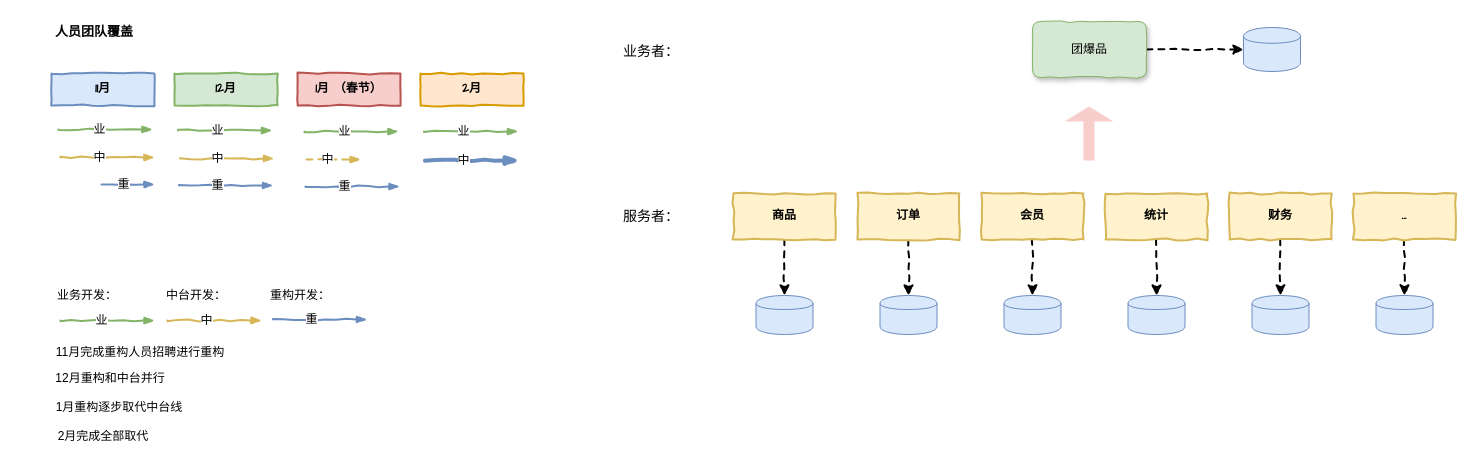
The draw.io diagram 推圈.drawio in chenyz/EGOTableViewPullRefresh, before the edit. Source tidied: cells renumbered, new cells numbered last; positions are measured from the earlier drawing's top-left corner, leaving out a move shared by most shapes. Both pictures are drawn from the tidied source at 100%, with x=0, y=0 at pixel (16, 21).
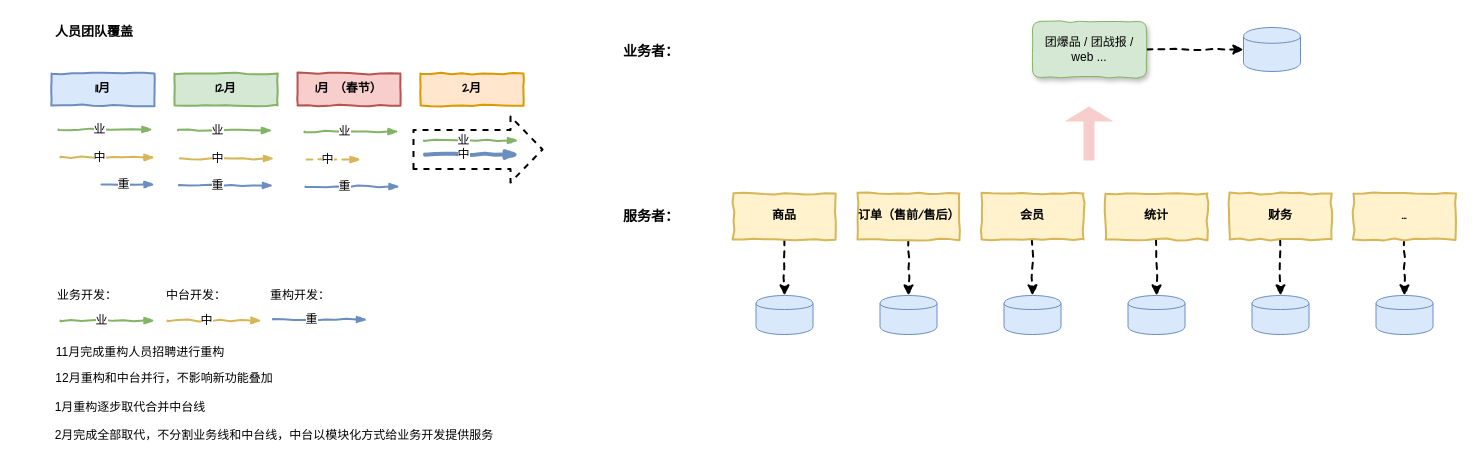
Above is the later version.

Diff of the diagram source:
```diff
@@
     <mxCell id="23" style="rounded=0;comic=1;strokeWidth=2;endArrow=blockThin;html=1;fontFamily=Comic Sans MS;fontStyle=1;fillColor=#d5e8d4;strokeColor=#82b366;align=center;" parent="1" edge="1">
       <mxGeometry relative="1" as="geometry">
-        <mxPoint x="407.5" y="110" as="sourcePoint" />
-        <mxPoint x="501.5" y="110" as="targetPoint" />
+        <mxPoint x="407.5" y="119" as="sourcePoint" />
+        <mxPoint x="501.5" y="119" as="targetPoint" />
       </mxGeometry>
     </mxCell>
@@
     <mxCell id="25" style="rounded=0;comic=1;strokeWidth=4;endArrow=blockThin;html=1;fontFamily=Comic Sans MS;fontStyle=1;fillColor=#dae8fc;strokeColor=#6c8ebf;align=center;" parent="1" edge="1">
       <mxGeometry relative="1" as="geometry">
-        <mxPoint x="408.5" y="139" as="sourcePoint" />
-        <mxPoint x="502.5" y="139" as="targetPoint" />
+        <mxPoint x="408.5" y="133" as="sourcePoint" />
+        <mxPoint x="502.5" y="133" as="targetPoint" />
       </mxGeometry>
     </mxCell>
@@
-    <mxCell id="37" value="12月重构和中台并行" style="text;html=1;strokeColor=none;fillColor=none;align=center;verticalAlign=middle;whiteSpace=wrap;rounded=0;" parent="1" vertex="1">
-      <mxGeometry x="8" y="347" width="172" height="20" as="geometry" />
+    <mxCell id="37" value="12月重构和中台并行，不影响新功能叠加" style="text;html=1;strokeColor=none;fillColor=none;align=center;verticalAlign=middle;whiteSpace=wrap;rounded=0;" parent="1" vertex="1">
+      <mxGeometry x="24" y="347" width="248" height="20" as="geometry" />
     </mxCell>
-    <mxCell id="38" value="1月重构逐步取代中台线" style="text;html=1;strokeColor=none;fillColor=none;align=center;verticalAlign=middle;whiteSpace=wrap;rounded=0;" parent="1" vertex="1">
-      <mxGeometry x="17" y="376" width="172" height="20" as="geometry" />
+    <mxCell id="38" value="1月重构逐步取代合并中台线" style="text;html=1;strokeColor=none;fillColor=none;align=center;verticalAlign=middle;whiteSpace=wrap;rounded=0;" parent="1" vertex="1">
+      <mxGeometry x="28" y="376" width="172" height="20" as="geometry" />
     </mxCell>
-    <mxCell id="39" value="2月完成全部取代" style="text;html=1;strokeColor=none;fillColor=none;align=center;verticalAlign=middle;whiteSpace=wrap;rounded=0;" parent="1" vertex="1">
-      <mxGeometry x="0.5" y="405" width="172" height="20" as="geometry" />
+    <mxCell id="39" value="2月完成全部取代，不分割业务线和中台线，中台以模块化方式给业务开发提供服务" style="text;html=1;strokeColor=none;fillColor=none;align=center;verticalAlign=middle;whiteSpace=wrap;rounded=0;" parent="1" vertex="1">
+      <mxGeometry x="20" y="404" width="476" height="20" as="geometry" />
     </mxCell>
@@
-    <mxCell id="43" value="团爆品" style="rounded=1;whiteSpace=wrap;html=1;shadow=1;comic=1;fillColor=#d5e8d4;strokeColor=#82b366;align=center;" parent="1" vertex="1">
+    <mxCell id="43" value="团爆品 / 团战报 / web ..." style="rounded=1;whiteSpace=wrap;html=1;shadow=1;comic=1;fillColor=#d5e8d4;strokeColor=#82b366;align=center;" parent="1" vertex="1">
       <mxGeometry x="1016" width="114" height="56" as="geometry" />
     </mxCell>
@@
-    <mxCell id="47" value="订单" style="html=1;whiteSpace=wrap;comic=1;strokeWidth=2;fontFamily=Comic Sans MS;fontStyle=1;align=center;fillColor=#fff2cc;strokeColor=#d6b656;" parent="1" vertex="1">
+    <mxCell id="47" value="订单（售前/售后）" style="html=1;whiteSpace=wrap;comic=1;strokeWidth=2;fontFamily=Comic Sans MS;fontStyle=1;align=center;fillColor=#fff2cc;strokeColor=#d6b656;" parent="1" vertex="1">
       <mxGeometry x="841" y="172" width="102" height="46" as="geometry" />
     </mxCell>
@@
-    <mxCell id="64" value="服务者：" style="text;html=1;strokeColor=none;fillColor=none;align=center;verticalAlign=middle;whiteSpace=wrap;rounded=0;fontSize=14;" parent="1" vertex="1">
+    <mxCell id="64" value="服务者：" style="text;html=1;strokeColor=none;fillColor=none;align=center;verticalAlign=middle;whiteSpace=wrap;rounded=0;fontSize=14;fontStyle=1;" parent="1" vertex="1">
       <mxGeometry x="604" y="185" width="62" height="20" as="geometry" />
     </mxCell>
-    <mxCell id="65" value="业务者：" style="text;html=1;strokeColor=none;fillColor=none;align=center;verticalAlign=middle;whiteSpace=wrap;rounded=0;fontSize=14;" parent="1" vertex="1">
+    <mxCell id="65" value="业务者：" style="text;html=1;strokeColor=none;fillColor=none;align=center;verticalAlign=middle;whiteSpace=wrap;rounded=0;fontSize=14;fontStyle=1;" parent="1" vertex="1">
       <mxGeometry x="604" y="20" width="62" height="20" as="geometry" />
     </mxCell>
+    <mxCell id="66" style="shape=flexArrow;endArrow=classic;html=1;dashed=1;strokeWidth=2;fontSize=14;align=center;endWidth=25;endSize=10;width=38;" parent="1" edge="1">
+      <mxGeometry relative="1" as="geometry">
+        <mxPoint x="396" y="128" as="sourcePoint" />
+        <mxPoint x="527" y="128" as="targetPoint" />
+      </mxGeometry>
+    </mxCell>
```
